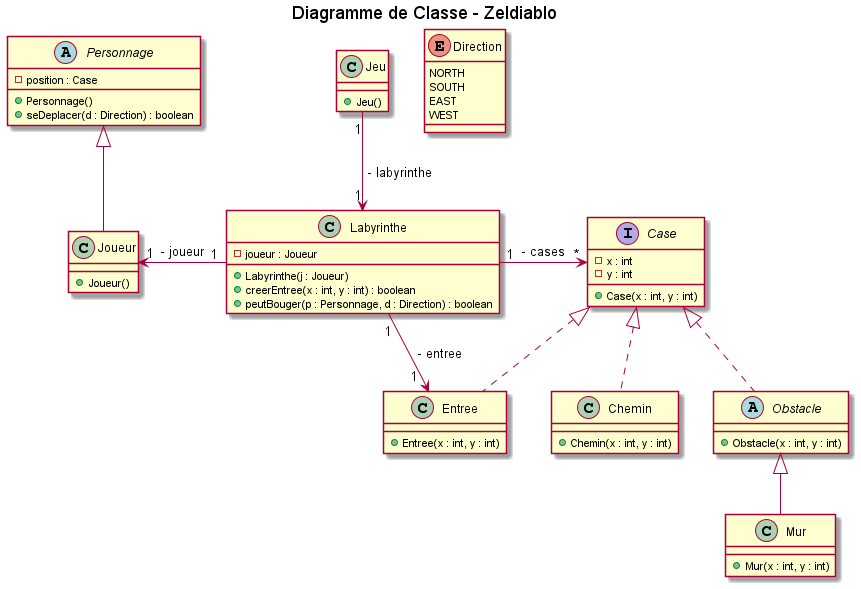
Earlier version of the PlantUML export documents/version_1/diagrammes/classe/diagClasseV1.png (arnoux23u-IUTNC/2021_COO_Zeldiablo).
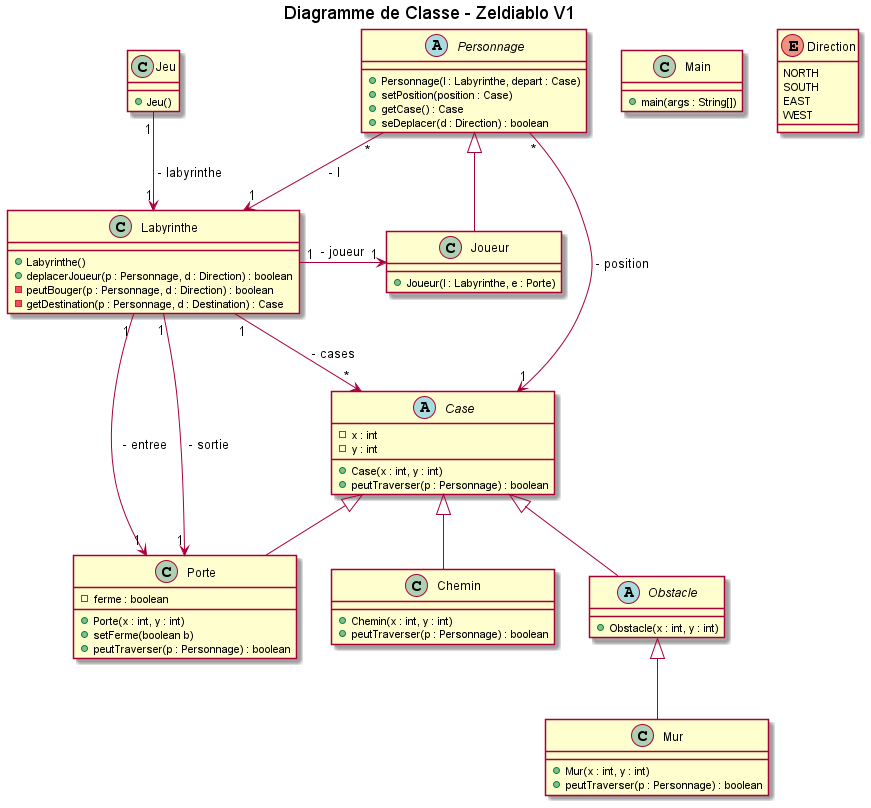
Later version of the same file.

Diff of the diagram source:
```diff
@@ -1,49 +1,59 @@
 @startuml
 
-title Diagramme de Classe - Zeldiablo
+title Diagramme de Classe - Zeldiablo V1
 
 class Jeu{
     + Jeu()
 }
 
 abstract class Personnage{
-    - position : Case
-    + Personnage()
+    + Personnage(l : Labyrinthe, depart : Case)
+    + setPosition(position : Case)
+    + getCase() : Case
     + seDeplacer(d : Direction) : boolean
 }
 
 class Labyrinthe{
-    - joueur : Joueur
-    + Labyrinthe(j : Joueur)
-    + creerEntree(x : int, y : int) : boolean
-    + peutBouger(p : Personnage, d : Direction) : boolean
+    + Labyrinthe()
+    + deplacerJoueur(p : Personnage, d : Direction) : boolean
+    - peutBouger(p : Personnage, d : Direction) : boolean
+    - getDestination(p : Personnage, d : Destination) : Case
 }
 
-interface Case{
+class Main{
+    +main(args : String[])
+}
+
+abstract class Case{
     - x : int
     - y : int
     + Case(x : int, y : int)
+    + peutTraverser(p : Personnage) : boolean
 }
 
-class Chemin implements Case{
+class Chemin extends Case{
     + Chemin(x : int, y : int)
+    + peutTraverser(p : Personnage) : boolean
 }
 
-abstract class Obstacle implements Case{
+abstract class Obstacle extends Case{
     + Obstacle(x : int, y : int)
 }
 
 class Mur extends Obstacle{
     + Mur(x : int, y : int)
+    + peutTraverser(p : Personnage) : boolean
 }
 
-class Entree implements Case{
-
-    + Entree(x : int, y : int)
+class Porte extends Case{
+    - ferme : boolean
+    + Porte(x : int, y : int)
+    + setFerme(boolean b)
+    + peutTraverser(p : Personnage) : boolean
 }
 
 class Joueur extends Personnage{
-    + Joueur()
+    + Joueur(l : Labyrinthe, e : Porte)
 }
 
 enum Direction{
@@ -53,9 +63,12 @@
     WEST
 }
 
-Jeu "1" -down-> "1" Labyrinthe: " - labyrinthe"
-Labyrinthe "1" -down-> "                1" Entree: " - entree "
-Labyrinthe "1" -right-> "*" Case: " - cases "
+Jeu "1" --> "1" Labyrinthe: " - labyrinthe"
+Labyrinthe "1" --> "1" Porte: " - entree "
+Labyrinthe "1" --> "1" Porte: " - sortie "
+Labyrinthe "1" --> "*" Case: " - cases "
+Personnage "*" --> "1" Case: " - position "
+Personnage "*" --> "1" Labyrinthe: " - l "
 Labyrinthe "1" -left-> "1" Joueur: " - joueur "
 
 @enduml
```
